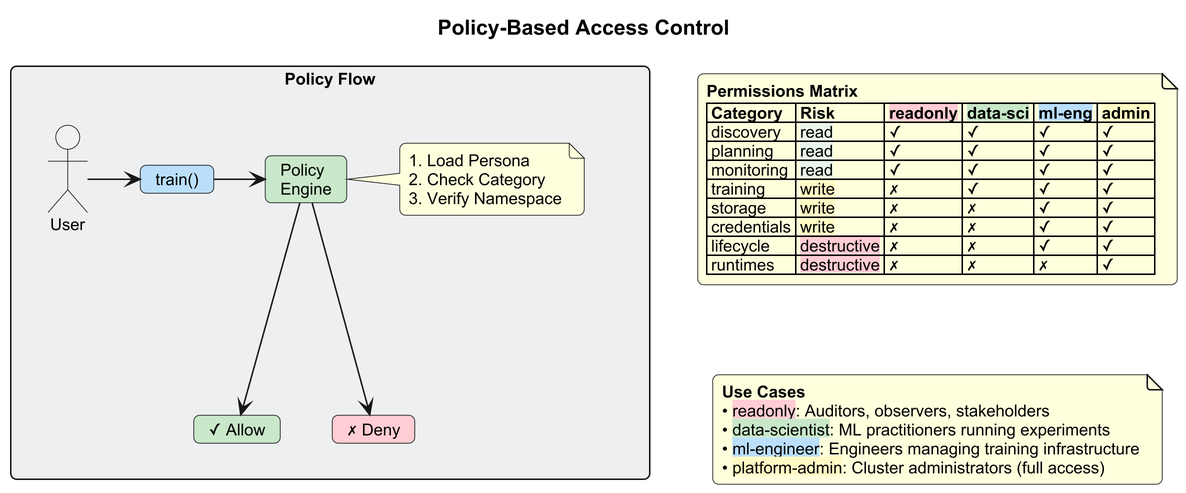
Before: proposals/936-kubeflow-mcp-server/policies.png, a diagram exported from PlantUML (kubeflow/community). Its diagram source:
```plantuml
@startuml
scale 3

skinparam backgroundColor #FEFEFE
skinparam defaultFontSize 11
skinparam defaultFontName Arial
skinparam roundcorner 8

title <b>Policy-Based Access Control</b>

rectangle "**Policy Flow**" as flow #ECEFF1 {
    actor "User" as user
    card "train()" as req #BBDEFB
    card "Policy\nEngine" as engine #C8E6C9
    card "✓ Allow" as ok #C8E6C9
    card "✗ Deny" as no #FFCDD2

    user -right-> req
    req -right-> engine
    engine -down-> ok
    engine -down-> no

    note right of engine
      1. Load Persona
      2. Check Category
      3. Verify Namespace
    end note
}

together {
    note as perms
        <b>Permissions Matrix</b>
        |= Category |= Risk |= <back:#FFCDD2>readonly</back> |= <back:#C8E6C9>data-sci</back> |= <back:#BBDEFB>ml-eng</back> |= <back:#FFF9C4>admin</back> |
        | discovery | <back:#E8F5E9>read</back> | ✓ | ✓ | ✓ | ✓ |
        | planning | <back:#E8F5E9>read</back> | ✓ | ✓ | ✓ | ✓ |
        | monitoring | <back:#E8F5E9>read</back> | ✓ | ✓ | ✓ | ✓ |
        | training | <back:#FFF9C4>write</back> | ✗ | ✓ | ✓ | ✓ |
        | storage | <back:#FFF9C4>write</back> | ✗ | ✗ | ✓ | ✓ |
        | credentials | <back:#FFF9C4>write</back> | ✗ | ✗ | ✓ | ✓ |
        | lifecycle | <back:#FFCDD2>destructive</back> | ✗ | ✗ | ✓ | ✓ |
        | runtimes | <back:#FFCDD2>destructive</back> | ✗ | ✗ | ✗ | ✓ |
    end note

    note as usecases
        <b>Use Cases</b>
        • <back:#FFCDD2>readonly</back>: Auditors, observers, stakeholders
        • <back:#C8E6C9>data-scientist</back>: ML practitioners running experiments
        • <back:#BBDEFB>ml-engineer</back>: Engineers managing training infrastructure
        • <back:#FFF9C4>platform-admin</back>: Cluster administrators (full access)
    end note
}

flow -right[hidden]-> perms
perms -down[hidden]-> usecases

@enduml
```
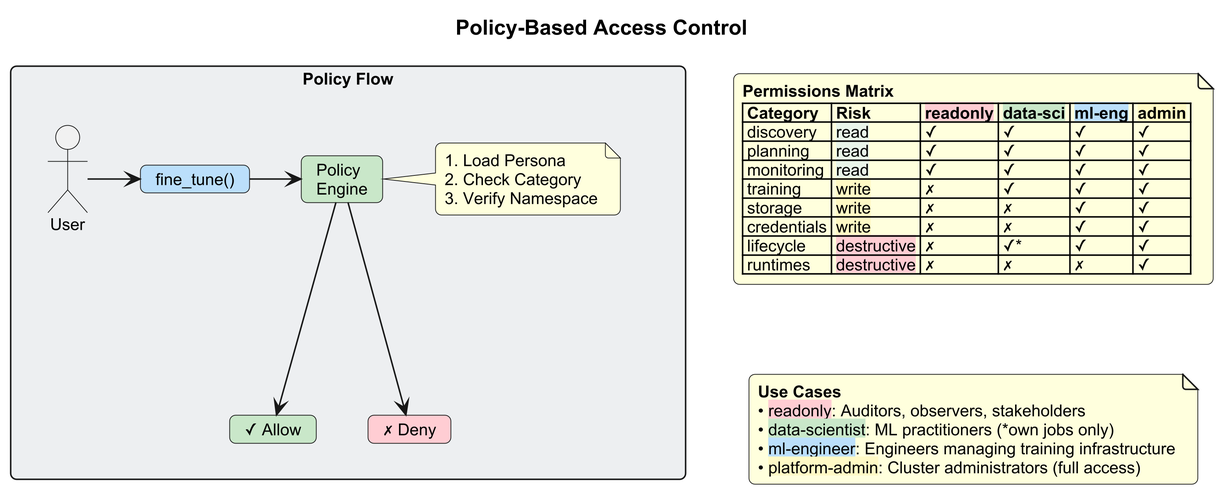
Later version of the same file.

Diff of the diagram source:
```diff
@@ -1,5 +1,5 @@
 @startuml
-scale 3
+scale 4
 
 skinparam backgroundColor #FEFEFE
 skinparam defaultFontSize 11
@@ -10,7 +10,7 @@
 
 rectangle "**Policy Flow**" as flow #ECEFF1 {
     actor "User" as user
-    card "train()" as req #BBDEFB
+    card "fine_tune()" as req #BBDEFB
     card "Policy\nEngine" as engine #C8E6C9
     card "✓ Allow" as ok #C8E6C9
     card "✗ Deny" as no #FFCDD2
@@ -37,14 +37,14 @@
         | training | <back:#FFF9C4>write</back> | ✗ | ✓ | ✓ | ✓ |
         | storage | <back:#FFF9C4>write</back> | ✗ | ✗ | ✓ | ✓ |
         | credentials | <back:#FFF9C4>write</back> | ✗ | ✗ | ✓ | ✓ |
-        | lifecycle | <back:#FFCDD2>destructive</back> | ✗ | ✗ | ✓ | ✓ |
+        | lifecycle | <back:#FFCDD2>destructive</back> | ✗ | ✓* | ✓ | ✓ |
         | runtimes | <back:#FFCDD2>destructive</back> | ✗ | ✗ | ✗ | ✓ |
     end note
 
     note as usecases
         <b>Use Cases</b>
         • <back:#FFCDD2>readonly</back>: Auditors, observers, stakeholders
-        • <back:#C8E6C9>data-scientist</back>: ML practitioners running experiments
+        • <back:#C8E6C9>data-scientist</back>: ML practitioners (*own jobs only)
         • <back:#BBDEFB>ml-engineer</back>: Engineers managing training infrastructure
         • <back:#FFF9C4>platform-admin</back>: Cluster administrators (full access)
     end note
```
